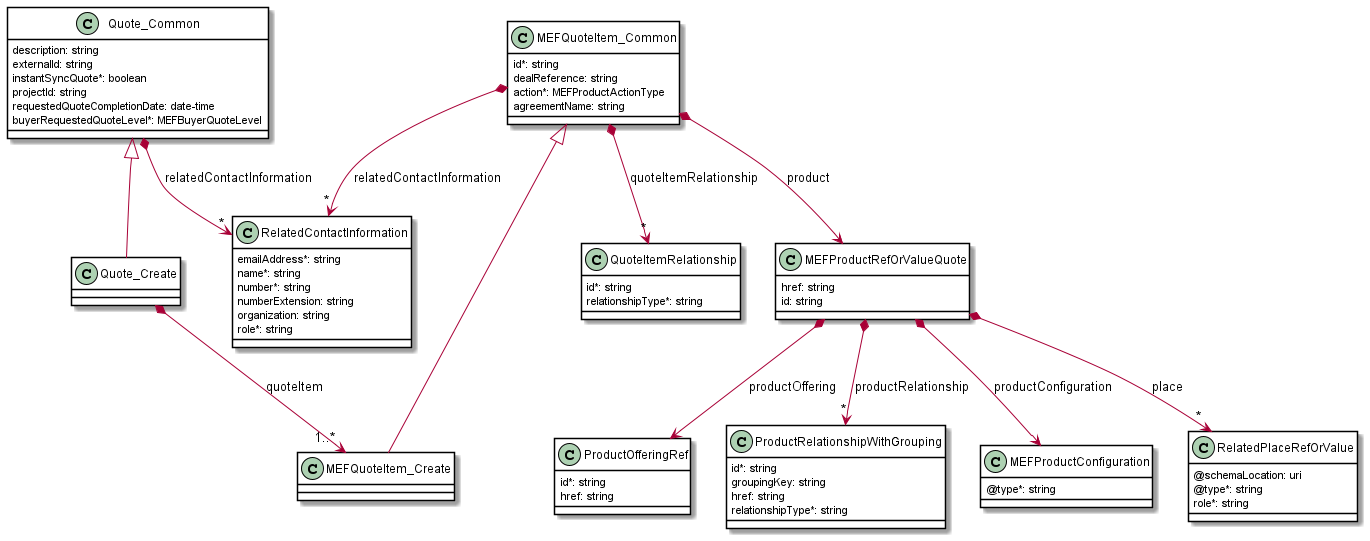
The PlantUML diagram documentation/productApi/quote/media/quoteCreateModel.png in MEF-GIT/MEF-LSO-Sonata-SDK, before a commit.
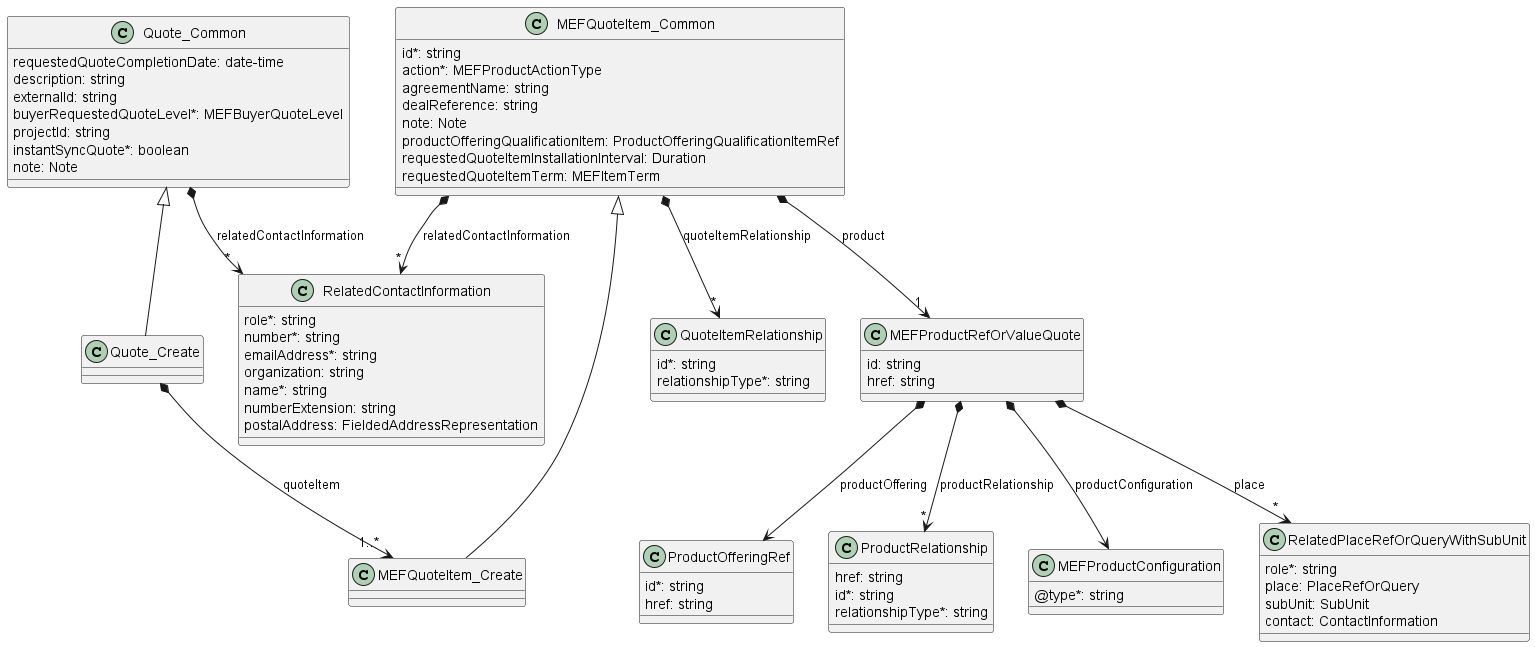
After the commit.

Diff of the diagram source:
```diff
@@ -1,18 +1,15 @@
 @startuml
-skinparam {
-    ClassBackgroundColor White
-    ClassBorderColor Black
-}
 
 
 class Quote_Common {
 
+    requestedQuoteCompletionDate: date-time
     description: string
     externalId: string
+    buyerRequestedQuoteLevel*: MEFBuyerQuoteLevel
+    projectId: string
     instantSyncQuote*: boolean
-    projectId: string
-    requestedQuoteCompletionDate: date-time
-    buyerRequestedQuoteLevel*: MEFBuyerQuoteLevel
+    note: Note
 }
 
 Quote_Common *-->"*" RelatedContactInformation : relatedContactInformation
@@ -28,14 +25,14 @@
 
 class MEFProductRefOrValueQuote {
 
+    id: string
     href: string
-    id: string
 }
 
-MEFProductRefOrValueQuote *-->"*" RelatedPlaceRefOrValue : place
+MEFProductRefOrValueQuote *-->"*" RelatedPlaceRefOrQueryWithSubUnit : place
 MEFProductRefOrValueQuote *--> MEFProductConfiguration : productConfiguration
 MEFProductRefOrValueQuote *--> ProductOfferingRef : productOffering
-MEFProductRefOrValueQuote *-->"*" ProductRelationshipWithGrouping : productRelationship
+MEFProductRefOrValueQuote *-->"*" ProductRelationship : productRelationship
 
 
 class MEFQuoteItem_Create {
@@ -48,14 +45,19 @@
 class MEFQuoteItem_Common {
 
     id*: string
-    dealReference: string
     action*: MEFProductActionType
     agreementName: string
+    dealReference: string
+    note: Note
+    productOfferingQualificationItem: ProductOfferingQualificationItemRef
+    requestedQuoteItemInstallationInterval: Duration
+    requestedQuoteItemTerm: MEFItemTerm
 }
 
-MEFQuoteItem_Common *--> MEFProductRefOrValueQuote : product
+MEFQuoteItem_Common *-->"1" MEFProductRefOrValueQuote : product
+MEFQuoteItem_Common *-->"*" RelatedContactInformation : relatedContactInformation
 MEFQuoteItem_Common *-->"*" QuoteItemRelationship : quoteItemRelationship
-MEFQuoteItem_Common *-->"*" RelatedContactInformation : relatedContactInformation
+
 
 class ProductOfferingRef {
 
@@ -63,23 +65,12 @@
     href: string
 }
 
+class ProductRelationship {
 
-
-class ProductRelationshipWithGrouping {
-
+    href: string
     id*: string
-    groupingKey: string
-    href: string
     relationshipType*: string
 }
-
-
-
-
-
-
-
-
 
 
 class QuoteItemRelationship {
@@ -99,21 +90,24 @@
 
 class RelatedContactInformation {
 
+    role*: string
+    number*: string
     emailAddress*: string
+    organization: string
     name*: string
-    number*: string
     numberExtension: string
-    organization: string
-    role*: string
+    postalAddress: FieldedAddressRepresentation
 }
 
 
-class RelatedPlaceRefOrValue {
+class RelatedPlaceRefOrQueryWithSubUnit {
 
-    @schemaLocation: uri
-    @type*: string
     role*: string
+    place: PlaceRefOrQuery
+    subUnit: SubUnit
+    contact: ContactInformation
 }
 
 
+
 @enduml
```
